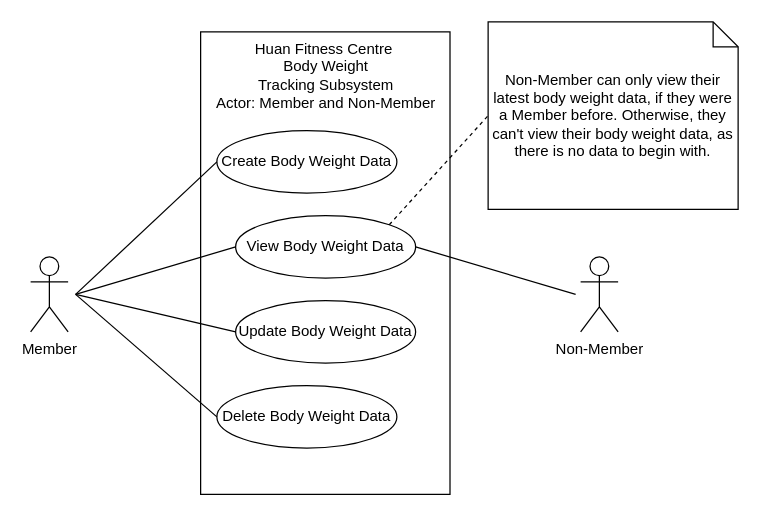
iZ86/DIT2153WD keeps this draw.io diagram as page "Body Weight Tracking" (4 of 8) of diagrams/Use Case Diagram.drawio. Above is the earlier version. Source tidied: cells renumbered, new cells numbered last; positions are measured from the earlier drawing's top-left corner, leaving out a move shared by most shapes. Both pictures are drawn from the tidied source at 125%, with x=0, y=0 at pixel (30, 21).
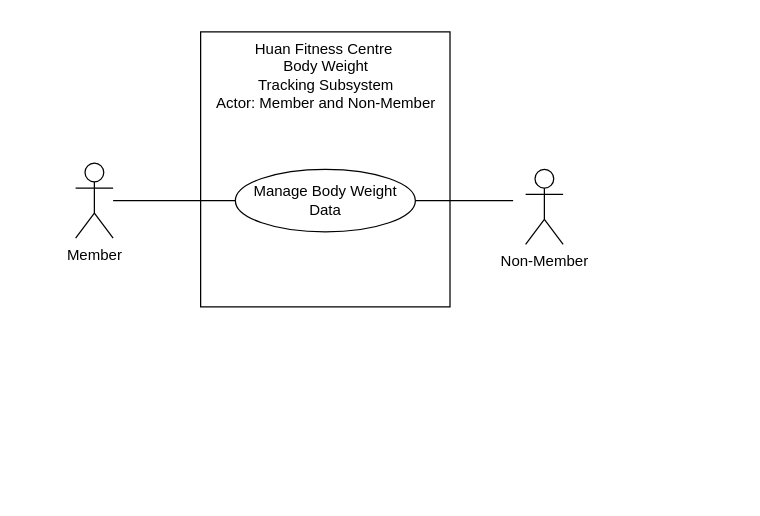
Above is the later version.

What changed in the source:
```diff
@@
     <mxCell id="2" style="rounded=0;whiteSpace=wrap;html=1;" parent="1" vertex="1">
-      <mxGeometry x="136" y="8" width="199.5" height="370" as="geometry" />
+      <mxGeometry x="136" y="8" width="199.5" height="220" as="geometry" />
     </mxCell>
-    <mxCell id="3" value="Create Body Weight Data" style="ellipse;whiteSpace=wrap;html=1;" parent="1" vertex="1">
-      <mxGeometry x="149" y="87" width="144" height="50" as="geometry" />
-    </mxCell>
+    <mxCell id="17" style="rounded=0;jettySize=auto;html=1;endArrow=none;endFill=0;" parent="1" edge="1" source="4">
+      <mxGeometry relative="1" as="geometry">
+        <mxPoint x="386" y="143" as="targetPoint" />
+      </mxGeometry>
+    </mxCell>
-    <mxCell id="4" value="View Body Weight Data" style="ellipse;whiteSpace=wrap;html=1;" parent="1" vertex="1">
-      <mxGeometry x="164" y="155" width="144" height="50" as="geometry" />
+    <mxCell id="4" value="Manage Body Weight Data" style="ellipse;whiteSpace=wrap;html=1;" parent="1" vertex="1">
+      <mxGeometry x="163.8" y="118" width="144" height="50" as="geometry" />
     </mxCell>
-    <mxCell id="5" value="Update Body Weight Data" style="ellipse;whiteSpace=wrap;html=1;" parent="1" vertex="1">
-      <mxGeometry x="164" y="223" width="144" height="50" as="geometry" />
-    </mxCell>
@@
-    <mxCell id="7" value="Delete Body Weight Data" style="ellipse;whiteSpace=wrap;html=1;" parent="1" vertex="1">
-      <mxGeometry x="149" y="291" width="144" height="50" as="geometry" />
-    </mxCell>
-    <mxCell id="8" style="rounded=0;jettySize=auto;html=1;entryX=0;entryY=0.5;entryDx=0;entryDy=0;endArrow=none;endFill=0;" parent="1" edge="1" target="3">
-      <mxGeometry relative="1" as="geometry">
-        <mxPoint x="36" y="218" as="sourcePoint" />
-      </mxGeometry>
-    </mxCell>
     <mxCell id="9" style="rounded=0;jettySize=auto;html=1;entryX=0;entryY=0.5;entryDx=0;entryDy=0;endArrow=none;endFill=0;" parent="1" edge="1" target="4">
       <mxGeometry relative="1" as="geometry">
-        <mxPoint x="36" y="218" as="sourcePoint" />
+        <mxPoint x="66" y="143" as="sourcePoint" />
       </mxGeometry>
     </mxCell>
-    <mxCell id="10" style="rounded=0;jettySize=auto;html=1;entryX=0;entryY=0.5;entryDx=0;entryDy=0;endArrow=none;endFill=0;" parent="1" edge="1" target="5">
-      <mxGeometry relative="1" as="geometry">
-        <mxPoint x="36" y="218" as="sourcePoint" />
-      </mxGeometry>
-    </mxCell>
-    <mxCell id="11" style="rounded=0;jettySize=auto;html=1;entryX=0;entryY=0.5;entryDx=0;entryDy=0;endArrow=none;endFill=0;" parent="1" edge="1" target="7">
-      <mxGeometry relative="1" as="geometry">
-        <mxPoint x="36" y="218" as="sourcePoint" />
-      </mxGeometry>
-    </mxCell>
-    <mxCell id="12" value="Member" style="shape=umlActor;verticalLabelPosition=bottom;verticalAlign=top;html=1;" parent="1" vertex="1">
-      <mxGeometry y="188" width="30" height="60" as="geometry" />
+    <mxCell id="12" value="Non-Member" style="shape=umlActor;verticalLabelPosition=bottom;verticalAlign=top;html=1;" parent="1" vertex="1">
+      <mxGeometry x="396" y="118" width="30" height="60" as="geometry" />
     </mxCell>
-    <mxCell id="13" style="rounded=0;jettySize=auto;html=1;entryX=1;entryY=0.5;entryDx=0;entryDy=0;endArrow=none;endFill=0;" parent="1" edge="1" target="4">
-      <mxGeometry relative="1" as="geometry">
-        <mxPoint x="436" y="218" as="sourcePoint" />
-      </mxGeometry>
-    </mxCell>
-    <mxCell id="14" value="Non-Member" style="shape=umlActor;verticalLabelPosition=bottom;verticalAlign=top;html=1;" parent="1" vertex="1">
-      <mxGeometry x="440" y="188" width="30" height="60" as="geometry" />
-    </mxCell>
-    <mxCell id="15" value="Non-Member can only view their latest body weight data, if they were a Member before. Otherwise, they can't view their body weight data, as there is no data to begin with." style="shape=note;size=20;whiteSpace=wrap;html=1;" parent="1" vertex="1">
-      <mxGeometry x="366" width="200" height="150" as="geometry" />
-    </mxCell>
-    <mxCell id="16" style="rounded=0;jettySize=auto;html=1;entryX=0;entryY=0.5;entryDx=0;entryDy=0;entryPerimeter=0;dashed=1;endArrow=none;endFill=0;exitX=1;exitY=0;exitDx=0;exitDy=0;" parent="1" edge="1" source="4" target="15">
-      <mxGeometry relative="1" as="geometry" />
-    </mxCell>
+    <mxCell id="18" value="Member" style="shape=umlActor;verticalLabelPosition=bottom;verticalAlign=top;html=1;" parent="1" vertex="1">
+      <mxGeometry x="36" y="113" width="30" height="60" as="geometry" />
+    </mxCell>
```
